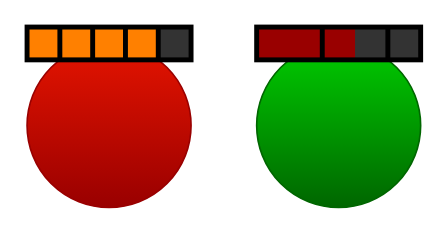
This is Thesis/diagrams/Attacker HP.drawio from Villfuk02/Project-Nitrogen, a draw.io file, before an edit. Source tidied: cells renumbered, new cells numbered last; positions are measured from the earlier drawing's top-left corner, leaving out a move shared by most shapes. Both pictures are drawn from the tidied source at 164%, with x=0, y=0 at pixel (26, 26).
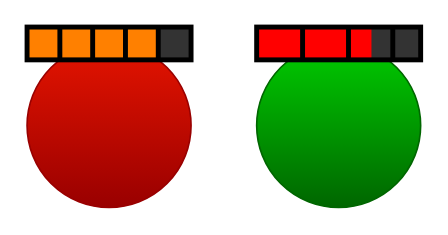
The same page after the edit.

Diff of the diagram source:
```diff
@@
-    <mxCell id="12" style="rounded=0;whiteSpace=wrap;html=1;strokeColor=none;fillColor=#990000;" parent="1" vertex="1">
-      <mxGeometry x="140" width="60" height="20" as="geometry" />
+    <mxCell id="12" style="rounded=0;whiteSpace=wrap;html=1;strokeColor=none;fillColor=#FF0000;" parent="1" vertex="1">
+      <mxGeometry x="140" width="70" height="20" as="geometry" />
     </mxCell>
@@
     <mxCell id="14" style="endArrow=none;html=1;rounded=0;strokeWidth=3;" parent="1" edge="1">
       <mxGeometry relative="1" as="geometry">
-        <mxPoint x="180" as="sourcePoint" />
-        <mxPoint x="180" y="20" as="targetPoint" />
+        <mxPoint x="168" as="sourcePoint" />
+        <mxPoint x="168" y="20" as="targetPoint" />
       </mxGeometry>
     </mxCell>
@@
     <mxCell id="16" style="endArrow=none;html=1;rounded=0;strokeWidth=3;" parent="1" edge="1">
       <mxGeometry relative="1" as="geometry">
-        <mxPoint x="220" as="sourcePoint" />
-        <mxPoint x="220" y="20" as="targetPoint" />
+        <mxPoint x="223" as="sourcePoint" />
+        <mxPoint x="223" y="20" as="targetPoint" />
       </mxGeometry>
     </mxCell>
+    <mxCell id="17" style="endArrow=none;html=1;rounded=0;strokeWidth=3;" parent="1" edge="1">
+      <mxGeometry relative="1" as="geometry">
+        <mxPoint x="196" as="sourcePoint" />
+        <mxPoint x="196" y="20" as="targetPoint" />
+      </mxGeometry>
+    </mxCell>
```
